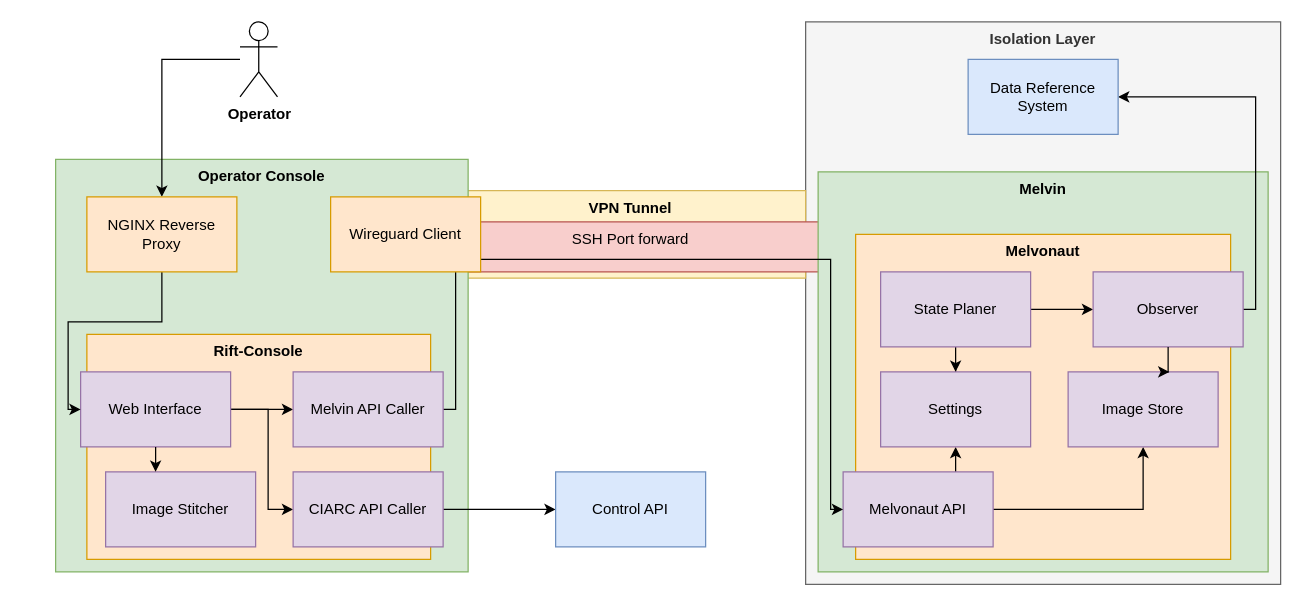
The draw.io diagram media/CIARC.drawio in LolSayna/CIARC, before the edit. Source tidied: cells renumbered, new cells numbered last; positions are measured from the earlier drawing's top-left corner, leaving out a move shared by most shapes. Both pictures are drawn from the tidied source at 125%, with x=0, y=0 at pixel (55, 21).
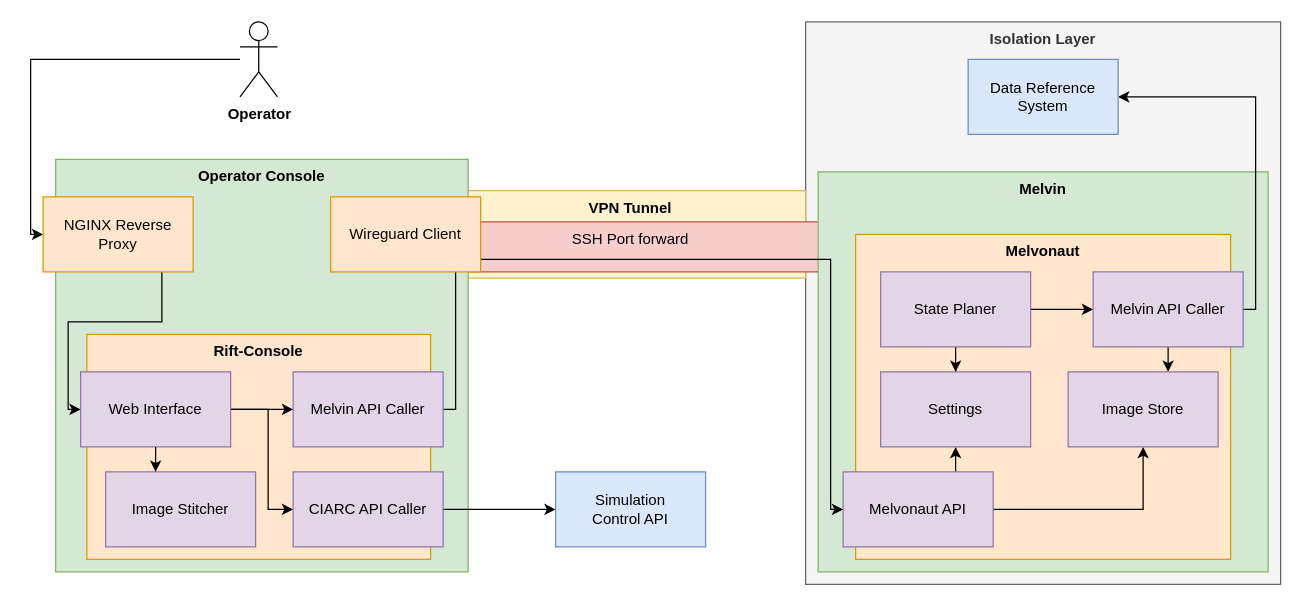
The same page after the edit.

The change refers to these unchanged cells:
```xml
<mxCell id="10" value="&lt;b&gt;Operator&lt;/b&gt;" style="shape=umlActor;verticalLabelPosition=bottom;verticalAlign=top;html=1;outlineConnect=0;" parent="1" vertex="1">
  <mxGeometry x="147.5" width="30" height="60" as="geometry" />
</mxCell>
<mxCell id="20" value="Image Store" style="rounded=0;whiteSpace=wrap;html=1;fillColor=#e1d5e7;strokeColor=#9673a6;" parent="1" vertex="1">
  <mxGeometry x="810" y="280" width="120" height="60" as="geometry" />
</mxCell>
```

What changed in the source:
```diff
@@
-    <mxCell id="9" style="edgeStyle=orthogonalEdgeStyle;rounded=0;jettySize=auto;html=1;entryX=0.5;entryY=0;entryDx=0;entryDy=0;" parent="1" edge="1" source="10" target="32">
-      <mxGeometry relative="1" as="geometry" />
+    <mxCell id="9" style="edgeStyle=orthogonalEdgeStyle;rounded=0;jettySize=auto;html=1;entryX=0;entryY=0.5;entryDx=0;entryDy=0;" parent="1" edge="1" source="10" target="32">
+      <mxGeometry relative="1" as="geometry">
+        <Array as="points">
+          <mxPoint x="-20" y="30" />
+          <mxPoint x="-20" y="170" />
+        </Array>
+      </mxGeometry>
     </mxCell>
@@
+    <mxCell id="34" style="edgeStyle=orthogonalEdgeStyle;rounded=0;jettySize=auto;html=1;entryX=0.674;entryY=0.004;entryDx=0;entryDy=0;entryPerimeter=0;" parent="1" edge="1" source="19" target="20">
+      <mxGeometry relative="1" as="geometry" />
+    </mxCell>
-    <mxCell id="19" value="Observer" style="rounded=0;whiteSpace=wrap;html=1;fillColor=#e1d5e7;strokeColor=#9673a6;" parent="1" vertex="1">
+    <mxCell id="19" value="Melvin API Caller" style="rounded=0;whiteSpace=wrap;html=1;fillColor=#e1d5e7;strokeColor=#9673a6;" parent="1" vertex="1">
       <mxGeometry x="830" y="200" width="120" height="60" as="geometry" />
     </mxCell>
@@
-    <mxCell id="27" value="Control API" style="rounded=0;whiteSpace=wrap;html=1;fillColor=#dae8fc;strokeColor=#6c8ebf;" parent="1" vertex="1">
+    <mxCell id="27" value="&lt;div&gt;Simulation&lt;/div&gt;Control API" style="rounded=0;whiteSpace=wrap;html=1;fillColor=#dae8fc;strokeColor=#6c8ebf;" parent="1" vertex="1">
       <mxGeometry x="400" y="360" width="120" height="60" as="geometry" />
     </mxCell>
@@
     <mxCell id="32" value="NGINX Reverse Proxy" style="rounded=0;whiteSpace=wrap;html=1;fillColor=#ffe6cc;strokeColor=#d79b00;" parent="1" vertex="1">
-      <mxGeometry x="25" y="140" width="120" height="60" as="geometry" />
+      <mxGeometry x="-10" y="140" width="120" height="60" as="geometry" />
     </mxCell>
@@
-    <mxCell id="34" style="edgeStyle=orthogonalEdgeStyle;rounded=0;jettySize=auto;html=1;entryX=0.675;entryY=0.002;entryDx=0;entryDy=0;entryPerimeter=0;" parent="1" edge="1" source="19" target="20">
-      <mxGeometry relative="1" as="geometry" />
-    </mxCell>
```
